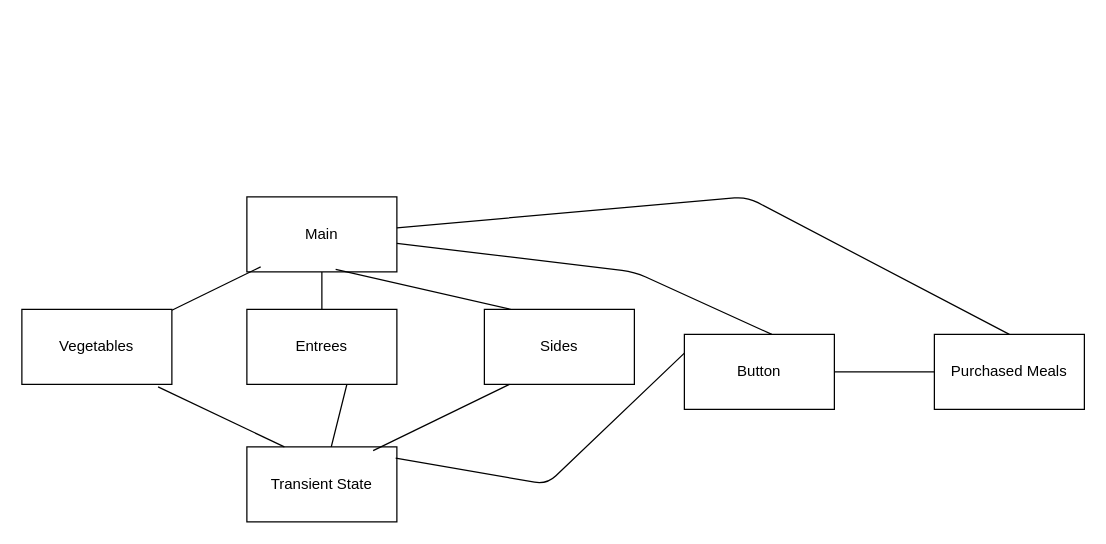
Before: diagrams/dependency.dio in NSS-Day-Cohort-78/House-of-Hummus-patrick-mcisaac, a draw.io diagram. Source tidied: cells renumbered, new cells numbered last; positions are measured from the earlier drawing's top-left corner, leaving out a move shared by most shapes. Both pictures are drawn from the tidied source at 125%, with x=0, y=0 at pixel (21, 196).
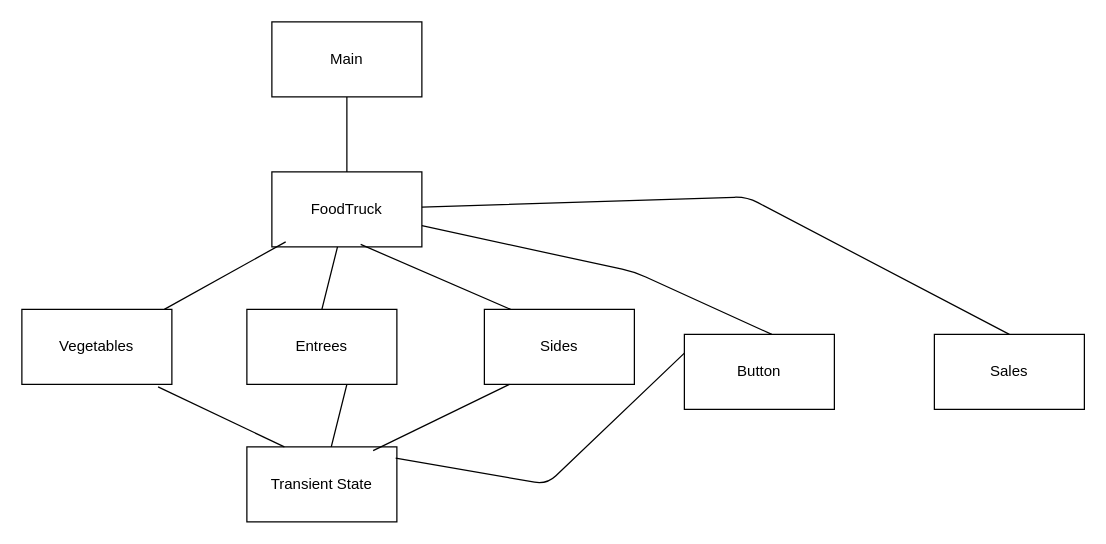
Above is the later version.

Unchanged cells that the change refers to:
```xml
<mxCell id="13" value="Button" style="rounded=0;whiteSpace=wrap;html=1;" parent="1" vertex="1">
  <mxGeometry x="530" y="110" width="120" height="60" as="geometry" />
</mxCell>
```

The edit, as a diff of the source:
```diff
@@
-    <mxCell id="2" value="Main" style="rounded=0;whiteSpace=wrap;html=1;" parent="1" vertex="1">
-      <mxGeometry x="180" width="120" height="60" as="geometry" />
+    <mxCell id="2" value="FoodTruck" style="rounded=0;whiteSpace=wrap;html=1;" parent="1" vertex="1">
+      <mxGeometry x="200" y="-20" width="120" height="60" as="geometry" />
     </mxCell>
@@
-    <mxCell id="16" value="Purchased Meals" style="rounded=0;whiteSpace=wrap;html=1;" parent="1" vertex="1">
+    <mxCell id="16" value="Sales" style="rounded=0;whiteSpace=wrap;html=1;" parent="1" vertex="1">
       <mxGeometry x="730" y="110" width="120" height="60" as="geometry" />
     </mxCell>
-    <mxCell id="17" style="endArrow=none;html=1;exitX=1;exitY=0.5;exitDx=0;exitDy=0;" parent="1" edge="1" source="13" target="16">
-      <mxGeometry relative="1" as="geometry" />
-    </mxCell>
@@
+    <mxCell id="19" value="Main" style="rounded=0;whiteSpace=wrap;html=1;" parent="1" vertex="1">
+      <mxGeometry x="200" y="-140" width="120" height="60" as="geometry" />
+    </mxCell>
+    <mxCell id="20" style="endArrow=none;html=1;" parent="1" edge="1" source="2" target="19">
+      <mxGeometry relative="1" as="geometry" />
+    </mxCell>
```
